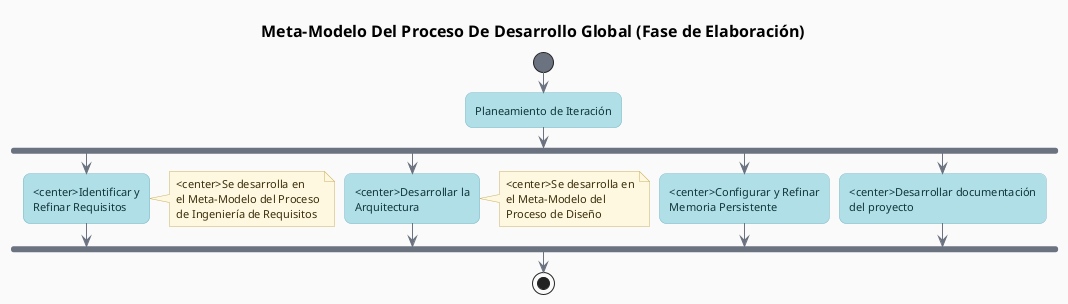
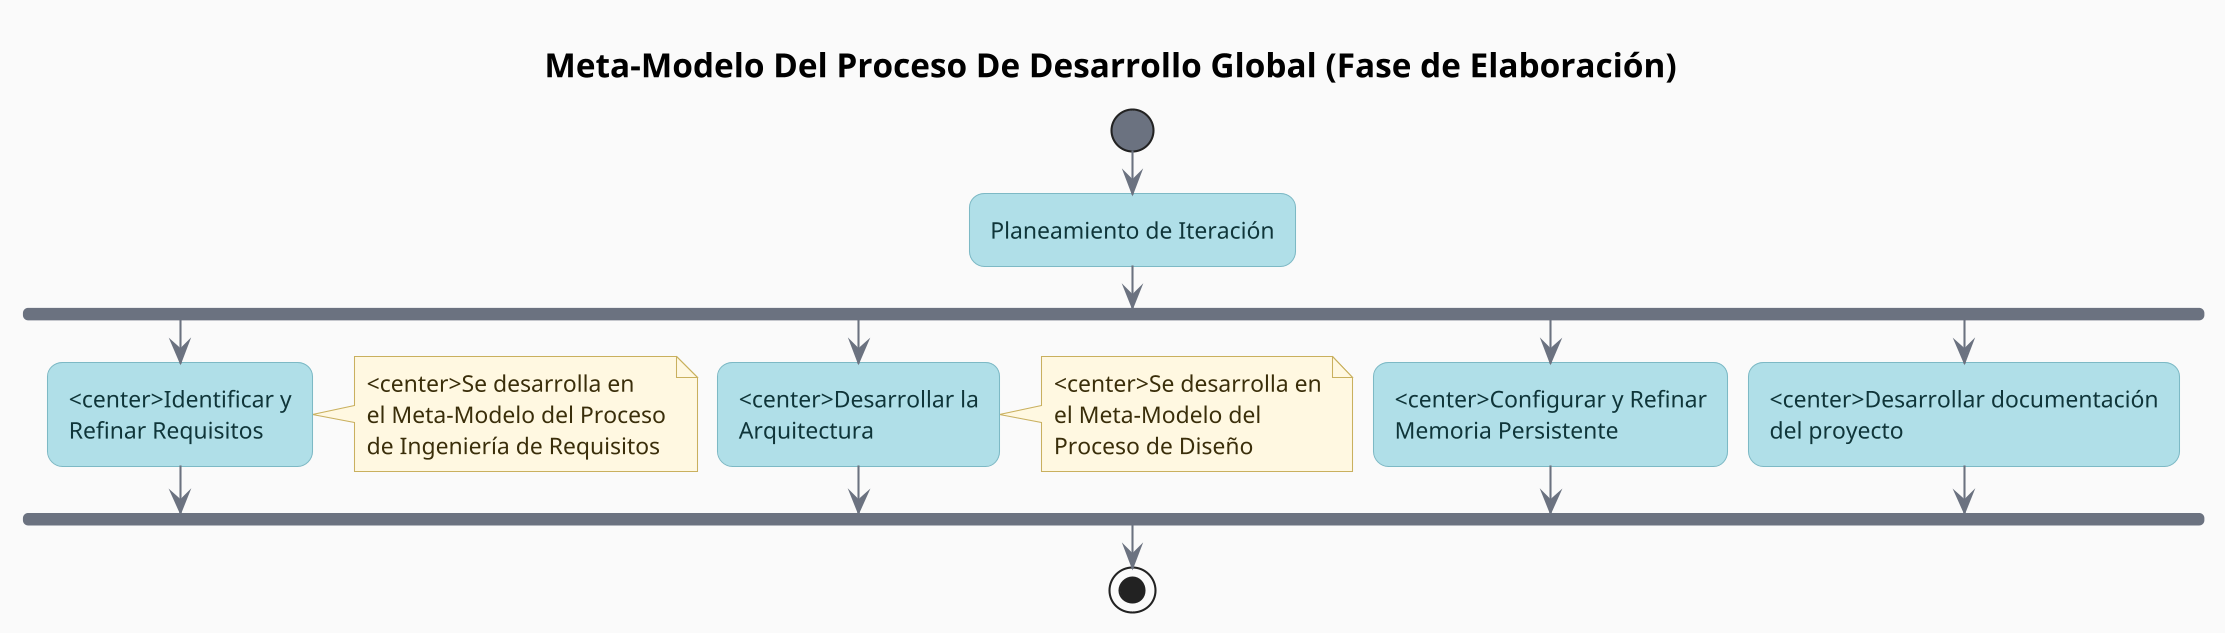
@startuml FaseElaboracion
+ skinparam dpi 200
title  Meta-Modelo Del Proceso De Desarrollo Global (Fase de Elaboración)

' === Modern soft theme ===
skinparam backgroundColor #FAFAFA
skinparam defaultFontName Helvetica
skinparam defaultFontSize 11
skinparam titleFontSize 16
skinparam titleFontStyle bold
skinparam shadowing false
skinparam roundCorner 14
skinparam linetype polyline

skinparam activity {
    BackgroundColor       #B0DFE8
    BorderColor           #7DB9C5
    FontColor             #0F3539
    FontName              Helvetica
    FontSize              11
    DiamondBackgroundColor #F4E2A0
    DiamondBorderColor    #C9B05E
    DiamondFontColor      #3A2E0A
    StartColor            #6B7280
    EndColor              #6B7280
    BarColor              #6B7280
}

skinparam partition {
    BackgroundColor #FFFFFF
    BorderColor     #C9C9BE
    FontColor       #4A4A48
    FontStyle       bold
    FontSize        12
}

skinparam arrow {
    Color     #6B7280
    FontColor #4A4A48
    FontSize  10
    Thickness 1
}

skinparam note {
    BackgroundColor #FFF8E1
    BorderColor     #C9B05E
    FontColor       #3A2E0A
}

' FASE ELABORATION

start
:Planeamiento de Iteración;
fork
    :<center>Identificar y\nRefinar Requisitos;
    note right:<center>Se desarrolla en\nel Meta-Modelo del Proceso\nde Ingeniería de Requisitos
fork again
    :<center>Desarrollar la\nArquitectura;
    note right:<center>Se desarrolla en\nel Meta-Modelo del\nProceso de Diseño
fork again
    :<center>Configurar y Refinar\nMemoria Persistente;
fork again
    :<center>Desarrollar documentación\ndel proyecto;
endfork
stop

@enduml
